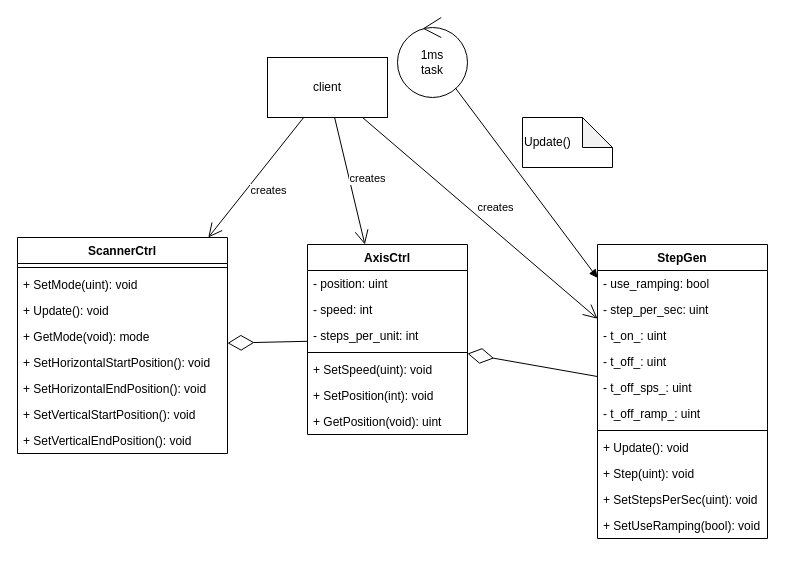
This is page "Page-1" (1 of 2) of serialEventHdlr/scanner/doc/scanner.drawio from johanp1/HackDay, a draw.io file, before an edit. Source tidied: cells renumbered, new cells numbered last; positions are measured from the earlier drawing's top-left corner, leaving out a move shared by most shapes. Both pictures are drawn from the tidied source at 100%, with x=0, y=0 at pixel (17, 17).
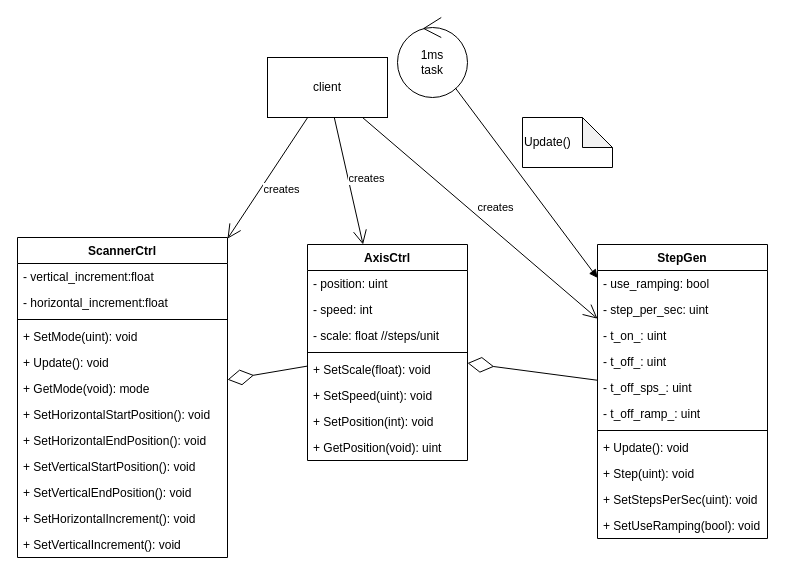
The same diagram, later.

Commit message (it also covers changes not shown here):
adding configurable scan increment

The edit, as a diff of the source:
```diff
@@
     <mxCell id="2" value="AxisCtrl" style="swimlane;fontStyle=1;align=center;verticalAlign=top;horizontal=1;startSize=26;" parent="1" vertex="1">
-      <mxGeometry x="290" y="227" width="160" height="190" as="geometry" />
+      <mxGeometry x="290" y="227" width="160" height="216" as="geometry" />
     </mxCell>
@@
-    <mxCell id="5" value="- steps_per_unit: int" style="text;strokeColor=none;fillColor=none;align=left;verticalAlign=top;spacingLeft=4;spacingRight=4;overflow=hidden;" parent="2" vertex="1">
+    <mxCell id="5" value="- scale: float //steps/unit" style="text;strokeColor=none;fillColor=none;align=left;verticalAlign=top;spacingLeft=4;spacingRight=4;overflow=hidden;" parent="2" vertex="1">
       <mxGeometry y="78" width="160" height="26" as="geometry" />
     </mxCell>
@@
+    <mxCell id="40" value="+ SetScale(float): void" style="text;strokeColor=none;fillColor=none;align=left;verticalAlign=top;spacingLeft=4;spacingRight=4;overflow=hidden;" parent="2" vertex="1">
+      <mxGeometry y="112" width="160" height="26" as="geometry" />
+    </mxCell>
     <mxCell id="7" value="+ SetSpeed(uint): void" style="text;strokeColor=none;fillColor=none;align=left;verticalAlign=top;spacingLeft=4;spacingRight=4;overflow=hidden;" parent="2" vertex="1">
-      <mxGeometry y="112" width="160" height="26" as="geometry" />
+      <mxGeometry y="138" width="160" height="26" as="geometry" />
     </mxCell>
     <mxCell id="8" value="+ SetPosition(int): void" style="text;strokeColor=none;fillColor=none;align=left;verticalAlign=top;spacingLeft=4;spacingRight=4;overflow=hidden;" parent="2" vertex="1">
-      <mxGeometry y="138" width="160" height="26" as="geometry" />
+      <mxGeometry y="164" width="160" height="26" as="geometry" />
     </mxCell>
     <mxCell id="9" value="+ GetPosition(void): uint" style="text;strokeColor=none;fillColor=none;align=left;verticalAlign=top;spacingLeft=4;spacingRight=4;overflow=hidden;" parent="2" vertex="1">
-      <mxGeometry y="164" width="160" height="26" as="geometry" />
+      <mxGeometry y="190" width="160" height="26" as="geometry" />
     </mxCell>
@@
     <mxCell id="26" value="ScannerCtrl" style="swimlane;fontStyle=1;align=center;verticalAlign=top;horizontal=1;startSize=26;" parent="1" vertex="1">
-      <mxGeometry y="220" width="210" height="216" as="geometry" />
+      <mxGeometry y="220" width="210" height="320" as="geometry" />
     </mxCell>
+    <mxCell id="41" value="- vertical_increment:float" style="text;strokeColor=none;fillColor=none;align=left;verticalAlign=top;spacingLeft=4;spacingRight=4;overflow=hidden;" parent="26" vertex="1">
+      <mxGeometry y="26" width="210" height="26" as="geometry" />
+    </mxCell>
+    <mxCell id="42" value="- horizontal_increment:float" style="text;strokeColor=none;fillColor=none;align=left;verticalAlign=top;spacingLeft=4;spacingRight=4;overflow=hidden;" parent="26" vertex="1">
+      <mxGeometry y="52" width="210" height="26" as="geometry" />
+    </mxCell>
     <mxCell id="27" style="line;strokeWidth=1;fillColor=none;align=left;verticalAlign=middle;spacingTop=-1;spacingLeft=3;spacingRight=3;labelPosition=right;" parent="26" vertex="1">
-      <mxGeometry y="26" width="210" height="8" as="geometry" />
+      <mxGeometry y="78" width="210" height="8" as="geometry" />
     </mxCell>
     <mxCell id="28" value="+ SetMode(uint): void" style="text;strokeColor=none;fillColor=none;align=left;verticalAlign=top;spacingLeft=4;spacingRight=4;overflow=hidden;" parent="26" vertex="1">
-      <mxGeometry y="34" width="210" height="26" as="geometry" />
+      <mxGeometry y="86" width="210" height="26" as="geometry" />
     </mxCell>
     <mxCell id="29" value="+ Update(): void" style="text;strokeColor=none;fillColor=none;align=left;verticalAlign=top;spacingLeft=4;spacingRight=4;overflow=hidden;" parent="26" vertex="1">
-      <mxGeometry y="60" width="210" height="26" as="geometry" />
+      <mxGeometry y="112" width="210" height="26" as="geometry" />
     </mxCell>
     <mxCell id="30" value="+ GetMode(void): mode" style="text;strokeColor=none;fillColor=none;align=left;verticalAlign=top;spacingLeft=4;spacingRight=4;overflow=hidden;" parent="26" vertex="1">
-      <mxGeometry y="86" width="210" height="26" as="geometry" />
+      <mxGeometry y="138" width="210" height="26" as="geometry" />
     </mxCell>
     <mxCell id="31" value="+ SetHorizontalStartPosition(): void" style="text;strokeColor=none;fillColor=none;align=left;verticalAlign=top;spacingLeft=4;spacingRight=4;overflow=hidden;" parent="26" vertex="1">
-      <mxGeometry y="112" width="210" height="26" as="geometry" />
+      <mxGeometry y="164" width="210" height="26" as="geometry" />
     </mxCell>
     <mxCell id="32" value="+ SetHorizontalEndPosition(): void" style="text;strokeColor=none;fillColor=none;align=left;verticalAlign=top;spacingLeft=4;spacingRight=4;overflow=hidden;" parent="26" vertex="1">
-      <mxGeometry y="138" width="210" height="26" as="geometry" />
+      <mxGeometry y="190" width="210" height="26" as="geometry" />
     </mxCell>
     <mxCell id="33" value="+ SetVerticalStartPosition(): void" style="text;strokeColor=none;fillColor=none;align=left;verticalAlign=top;spacingLeft=4;spacingRight=4;overflow=hidden;" parent="26" vertex="1">
-      <mxGeometry y="164" width="210" height="26" as="geometry" />
+      <mxGeometry y="216" width="210" height="26" as="geometry" />
     </mxCell>
     <mxCell id="34" value="+ SetVerticalEndPosition(): void" style="text;strokeColor=none;fillColor=none;align=left;verticalAlign=top;spacingLeft=4;spacingRight=4;overflow=hidden;" parent="26" vertex="1">
-      <mxGeometry y="190" width="210" height="26" as="geometry" />
+      <mxGeometry y="242" width="210" height="26" as="geometry" />
     </mxCell>
+    <mxCell id="43" value="+ SetHorizontalIncrement(): void" style="text;strokeColor=none;fillColor=none;align=left;verticalAlign=top;spacingLeft=4;spacingRight=4;overflow=hidden;" parent="26" vertex="1">
+      <mxGeometry y="268" width="210" height="26" as="geometry" />
+    </mxCell>
+    <mxCell id="44" value="+ SetVerticalIncrement(): void" style="text;strokeColor=none;fillColor=none;align=left;verticalAlign=top;spacingLeft=4;spacingRight=4;overflow=hidden;" parent="26" vertex="1">
+      <mxGeometry y="294" width="210" height="26" as="geometry" />
+    </mxCell>
```
